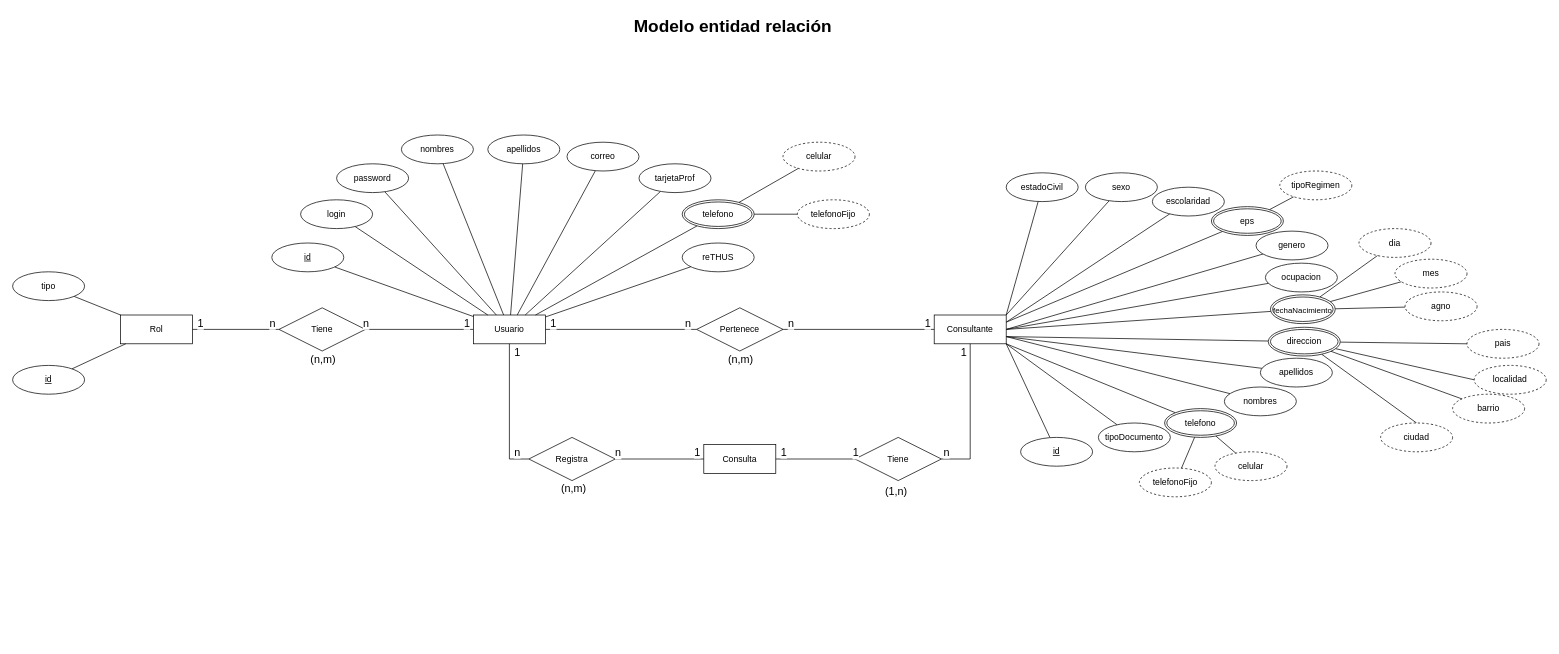
Earlier version of the draw.io diagram page "D. Entidad Relación" (2 of 12) of Diagramas/Untitled Diagram.drawio (barloff2/Diagramas). Source tidied: cells renumbered, new cells numbered last; positions are measured from the earlier drawing's top-left corner, leaving out a move shared by most shapes. Both pictures are drawn from the tidied source at 72%, with x=0, y=0 at pixel (12, 12).
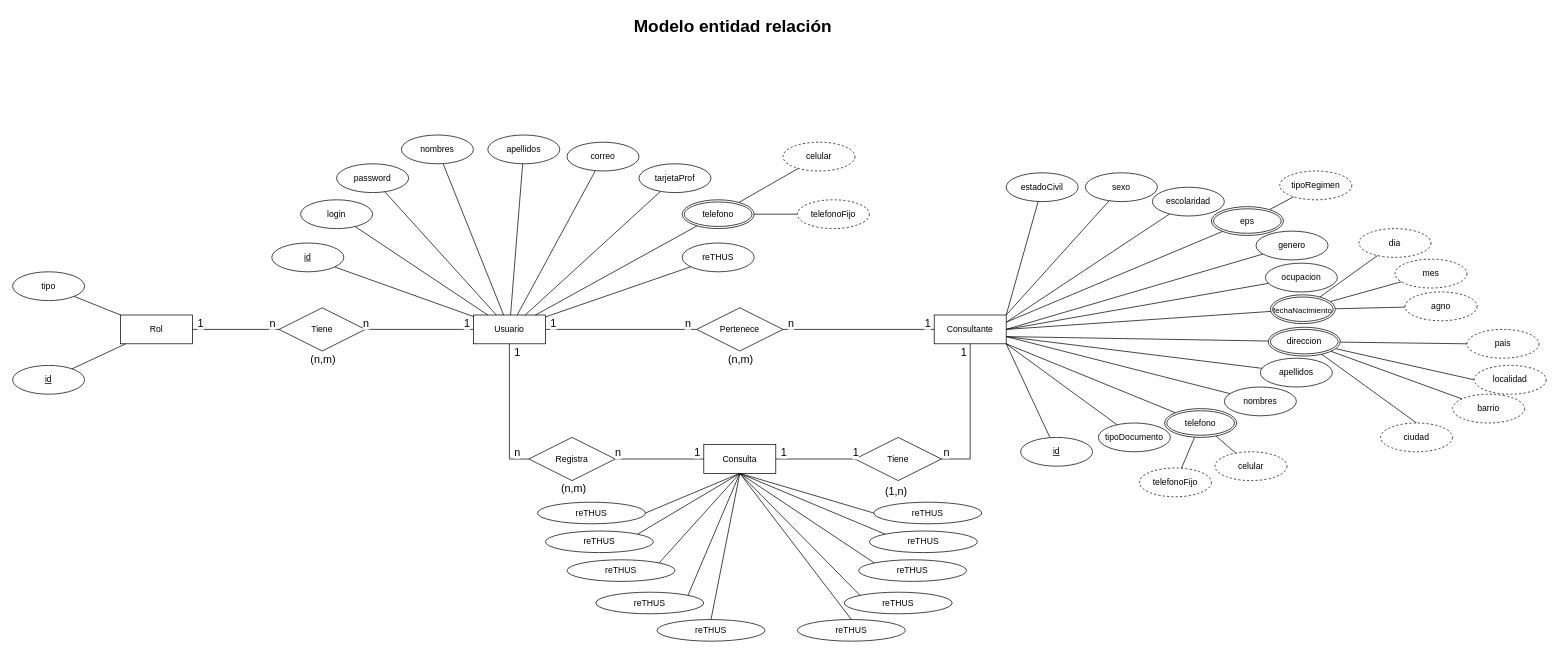
The same page after the edit.

Unchanged cells that the change refers to:
```xml
<mxCell id="94" value="Consulta" style="whiteSpace=wrap;html=1;align=center;" parent="1" vertex="1">
  <mxGeometry x="960" y="600" width="100" height="40" as="geometry" />
</mxCell>
```

What changed in the source:
```diff
@@
+    <mxCell id="111" value="reTHUS" style="ellipse;whiteSpace=wrap;html=1;align=center;" parent="1" vertex="1">
+      <mxGeometry x="740" y="720" width="150" height="30" as="geometry" />
+    </mxCell>
+    <mxCell id="112" value="reTHUS" style="ellipse;whiteSpace=wrap;html=1;align=center;" parent="1" vertex="1">
+      <mxGeometry x="770" y="760" width="150" height="30" as="geometry" />
+    </mxCell>
+    <mxCell id="113" value="reTHUS" style="ellipse;whiteSpace=wrap;html=1;align=center;" parent="1" vertex="1">
+      <mxGeometry x="810" y="805" width="150" height="30" as="geometry" />
+    </mxCell>
+    <mxCell id="114" value="reTHUS" style="ellipse;whiteSpace=wrap;html=1;align=center;" parent="1" vertex="1">
+      <mxGeometry x="1190" y="720" width="150" height="30" as="geometry" />
+    </mxCell>
+    <mxCell id="115" value="reTHUS" style="ellipse;whiteSpace=wrap;html=1;align=center;" parent="1" vertex="1">
+      <mxGeometry x="895" y="843" width="150" height="30" as="geometry" />
+    </mxCell>
+    <mxCell id="116" style="rounded=0;jettySize=auto;html=1;exitX=1;exitY=0.5;exitDx=0;exitDy=0;entryX=0.5;entryY=1;entryDx=0;entryDy=0;endArrow=none;endFill=0;" parent="1" edge="1" source="117" target="94">
+      <mxGeometry relative="1" as="geometry" />
+    </mxCell>
+    <mxCell id="117" value="reTHUS" style="ellipse;whiteSpace=wrap;html=1;align=center;" parent="1" vertex="1">
+      <mxGeometry x="729" y="680" width="150" height="30" as="geometry" />
+    </mxCell>
+    <mxCell id="118" value="reTHUS" style="ellipse;whiteSpace=wrap;html=1;align=center;" parent="1" vertex="1">
+      <mxGeometry x="1155" y="805" width="150" height="30" as="geometry" />
+    </mxCell>
+    <mxCell id="119" value="reTHUS" style="ellipse;whiteSpace=wrap;html=1;align=center;" parent="1" vertex="1">
+      <mxGeometry x="1175" y="760" width="150" height="30" as="geometry" />
+    </mxCell>
+    <mxCell id="120" value="reTHUS" style="ellipse;whiteSpace=wrap;html=1;align=center;" parent="1" vertex="1">
+      <mxGeometry x="1090" y="843" width="150" height="30" as="geometry" />
+    </mxCell>
+    <mxCell id="121" value="reTHUS" style="ellipse;whiteSpace=wrap;html=1;align=center;" parent="1" vertex="1">
+      <mxGeometry x="1196" y="680" width="150" height="30" as="geometry" />
+    </mxCell>
+    <mxCell id="122" style="endArrow=none;html=1;rounded=0;entryX=0.5;entryY=1;entryDx=0;entryDy=0;exitX=1;exitY=0;exitDx=0;exitDy=0;" parent="1" edge="1" source="111" target="94">
+      <mxGeometry relative="1" as="geometry" />
+    </mxCell>
+    <mxCell id="123" style="rounded=0;jettySize=auto;html=1;exitX=0.5;exitY=0;exitDx=0;exitDy=0;entryX=0.5;entryY=1;entryDx=0;entryDy=0;endArrow=none;endFill=0;" parent="1" edge="1" source="120" target="94">
+      <mxGeometry relative="1" as="geometry" />
+    </mxCell>
+    <mxCell id="124" style="rounded=0;jettySize=auto;html=1;exitX=0.5;exitY=1;exitDx=0;exitDy=0;entryX=0;entryY=0;entryDx=0;entryDy=0;endArrow=none;endFill=0;" parent="1" edge="1" source="94" target="118">
+      <mxGeometry relative="1" as="geometry" />
+    </mxCell>
+    <mxCell id="125" style="rounded=0;jettySize=auto;html=1;endArrow=none;endFill=0;entryX=0;entryY=0;entryDx=0;entryDy=0;" parent="1" edge="1" target="119">
+      <mxGeometry relative="1" as="geometry">
+        <mxPoint x="1010" y="640" as="sourcePoint" />
+      </mxGeometry>
+    </mxCell>
+    <mxCell id="126" style="rounded=0;jettySize=auto;html=1;exitX=1;exitY=0;exitDx=0;exitDy=0;entryX=0.5;entryY=1;entryDx=0;entryDy=0;endArrow=none;endFill=0;" parent="1" edge="1" source="112" target="94">
+      <mxGeometry relative="1" as="geometry" />
+    </mxCell>
+    <mxCell id="127" style="rounded=0;jettySize=auto;html=1;exitX=0;exitY=0;exitDx=0;exitDy=0;entryX=0.5;entryY=1;entryDx=0;entryDy=0;endArrow=none;endFill=0;" parent="1" edge="1" source="114" target="94">
+      <mxGeometry relative="1" as="geometry" />
+    </mxCell>
+    <mxCell id="128" style="rounded=0;jettySize=auto;html=1;exitX=0.5;exitY=1;exitDx=0;exitDy=0;entryX=0;entryY=0.5;entryDx=0;entryDy=0;endArrow=none;endFill=0;" parent="1" edge="1" source="94" target="121">
+      <mxGeometry relative="1" as="geometry" />
+    </mxCell>
+    <mxCell id="129" style="endArrow=none;html=1;rounded=0;entryX=0.5;entryY=0;entryDx=0;entryDy=0;" parent="1" edge="1" target="115">
+      <mxGeometry relative="1" as="geometry">
+        <mxPoint x="1010" y="640" as="sourcePoint" />
+      </mxGeometry>
+    </mxCell>
+    <mxCell id="130" style="endArrow=none;html=1;rounded=0;entryX=0.5;entryY=1;entryDx=0;entryDy=0;exitX=1;exitY=0;exitDx=0;exitDy=0;" parent="1" edge="1" source="113" target="94">
+      <mxGeometry relative="1" as="geometry" />
+    </mxCell>
```
